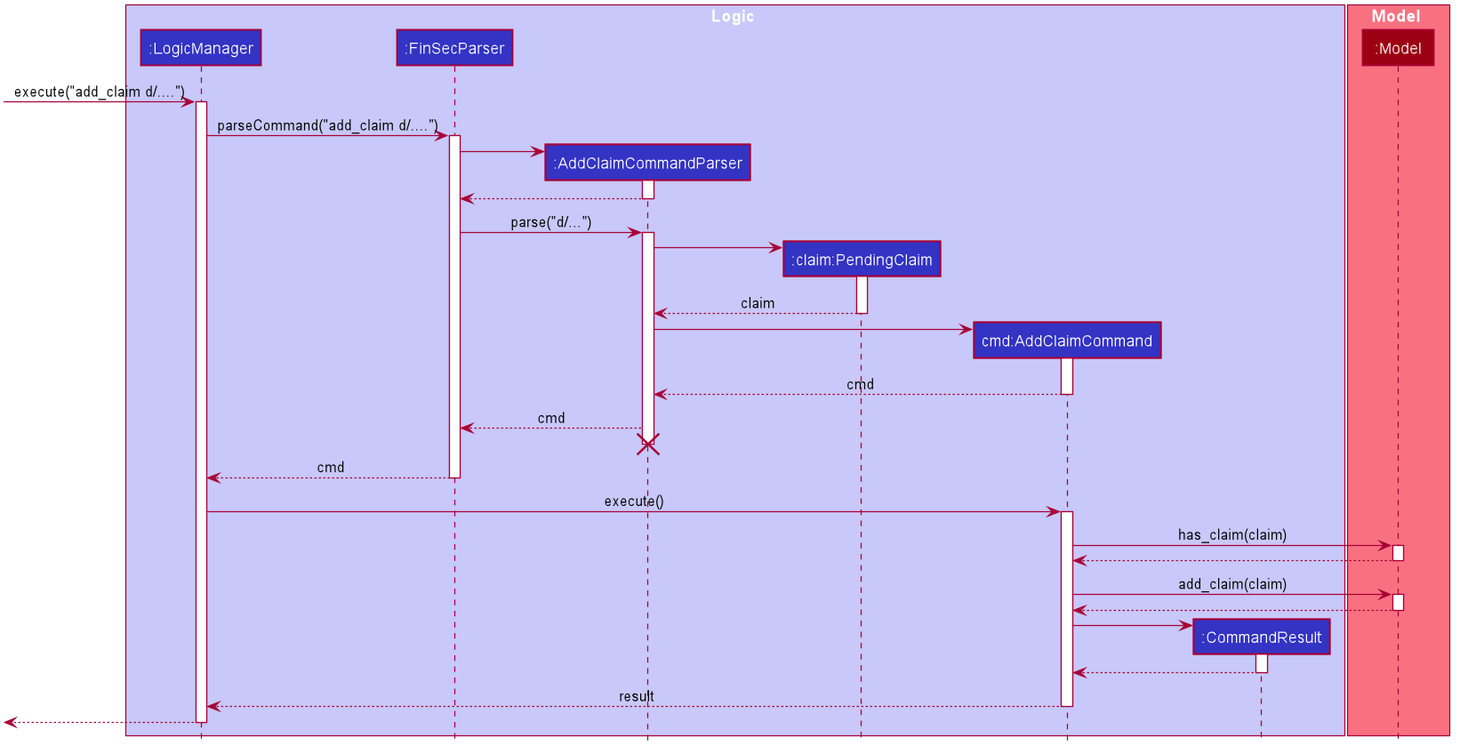
AY1920S1-CS2103T-W12-1/main keeps this PlantUML diagram as images/AddClaimSequenceDiagram.png. Above is the earlier version.
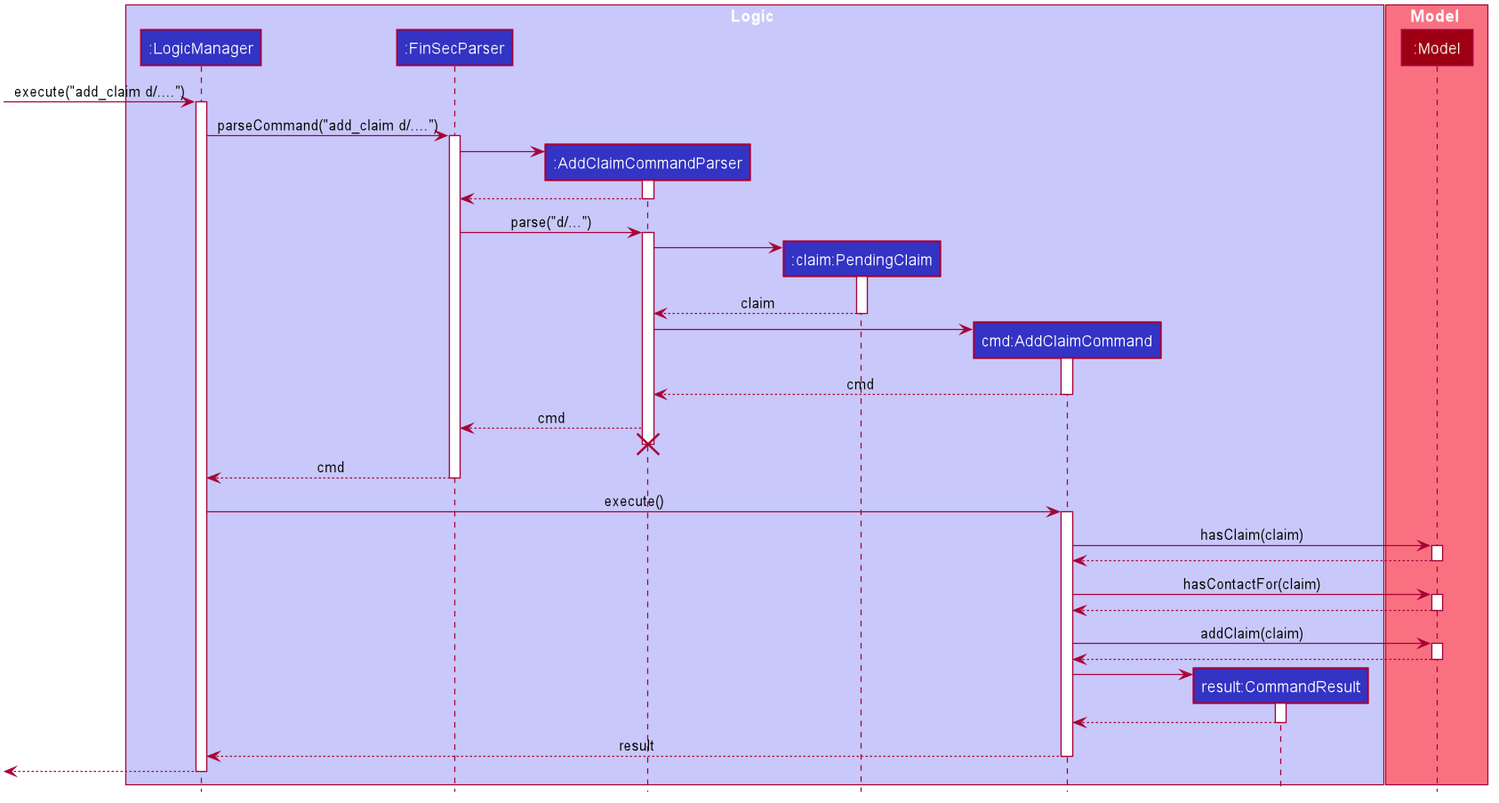
Above is the later version.

The edit, as a diff of the source:
```diff
@@ -55,7 +55,7 @@
 participant ":AddClaimCommandParser" as AddClaimCommandParser #3333C4
 participant ":claim:PendingClaim" as Claim #3333C4
 participant "cmd:AddClaimCommand" as AddClaimCommand #3333C4
-participant ":CommandResult" as CommandResult #3333C4
+participant "result:CommandResult" as CommandResult #3333C4
 end box
 
 box Model #F97181
@@ -104,15 +104,18 @@
 activate AddClaimCommand
 
 
-AddClaimCommand -> Model : has_claim(claim)
+AddClaimCommand -> Model : hasClaim(claim)
 activate Model
-
 Model --> AddClaimCommand
 deactivate Model
 
-AddClaimCommand -> Model : add_claim(claim)
+AddClaimCommand -> Model : hasContactFor(claim)
 activate Model
+Model --> AddClaimCommand
+deactivate Model
 
+AddClaimCommand -> Model : addClaim(claim)
+activate Model
 Model --> AddClaimCommand
 deactivate Model
 
```
